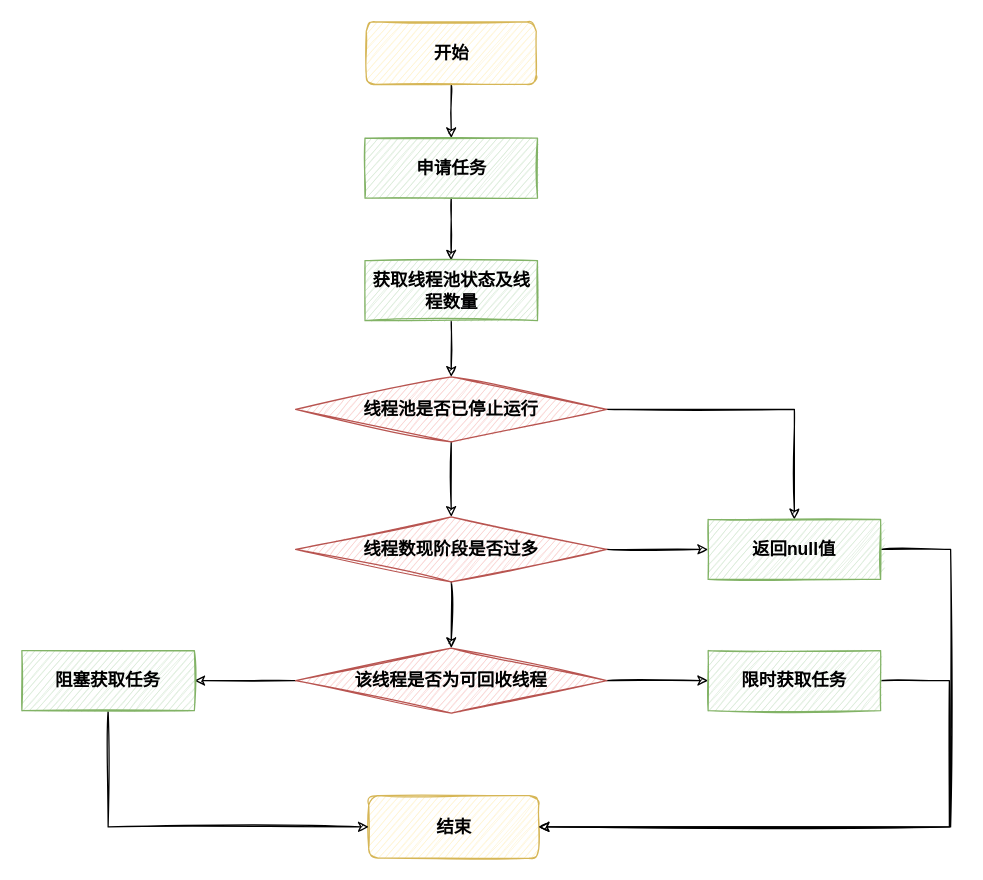
This is 线程池任务申请流程.drawio from LIULE8/drawio-store, a draw.io file, before an edit. Source tidied: cells renumbered, new cells numbered last; positions are measured from the earlier drawing's top-left corner, leaving out a move shared by most shapes. Both pictures are drawn from the tidied source at 125%, with x=0, y=0 at pixel (21, 21).
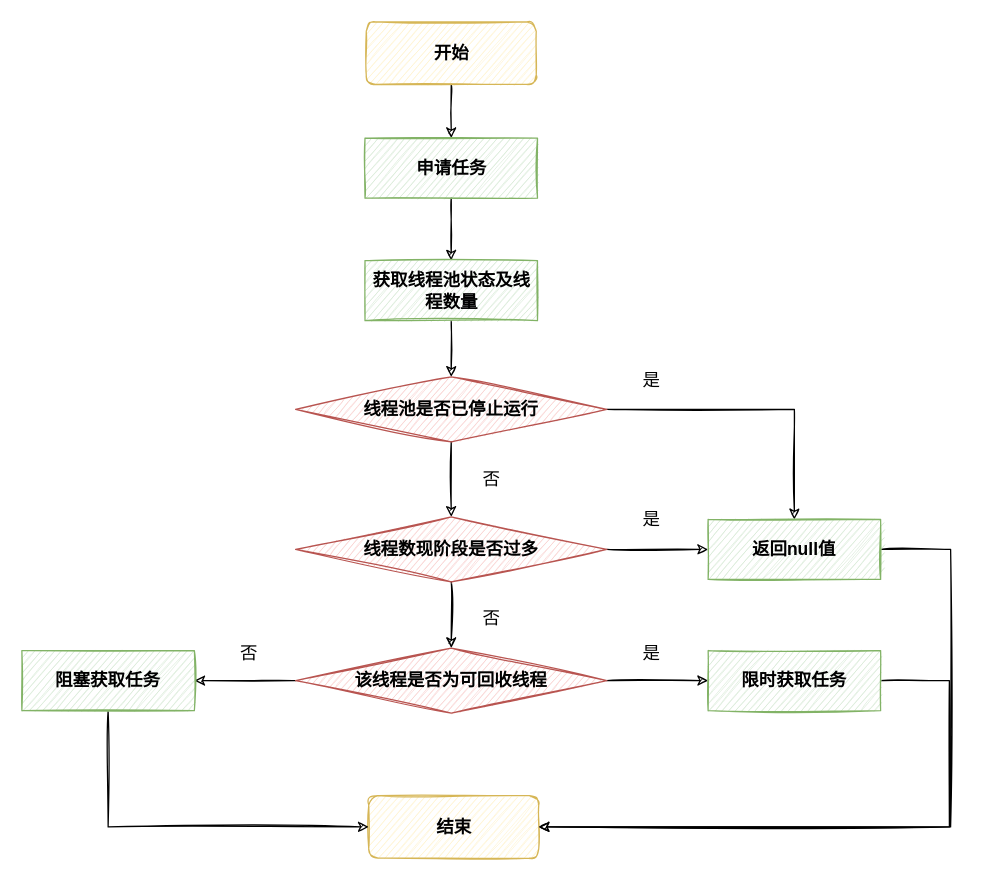
Above is the later version.

Commit message (it also covers changes not shown here):
更新线程池任务申请流程.drawio

Diff of the diagram source:
```diff
@@
+    <mxCell id="24" value="否" style="text;html=1;strokeColor=none;fillColor=none;align=center;verticalAlign=middle;whiteSpace=wrap;rounded=0;sketch=1;fontSize=14;" parent="1" vertex="1">
+      <mxGeometry x="152" y="490" width="60" height="30" as="geometry" />
+    </mxCell>
+    <mxCell id="25" value="否" style="text;html=1;strokeColor=none;fillColor=none;align=center;verticalAlign=middle;whiteSpace=wrap;rounded=0;sketch=1;fontSize=14;" parent="1" vertex="1">
+      <mxGeometry x="346" y="351" width="60" height="30" as="geometry" />
+    </mxCell>
+    <mxCell id="26" value="否" style="text;html=1;strokeColor=none;fillColor=none;align=center;verticalAlign=middle;whiteSpace=wrap;rounded=0;sketch=1;fontSize=14;" parent="1" vertex="1">
+      <mxGeometry x="346" y="462" width="60" height="30" as="geometry" />
+    </mxCell>
+    <mxCell id="27" value="是" style="text;html=1;strokeColor=none;fillColor=none;align=center;verticalAlign=middle;whiteSpace=wrap;rounded=0;sketch=1;fontSize=14;" parent="1" vertex="1">
+      <mxGeometry x="474" y="490" width="60" height="30" as="geometry" />
+    </mxCell>
+    <mxCell id="28" value="是" style="text;html=1;strokeColor=none;fillColor=none;align=center;verticalAlign=middle;whiteSpace=wrap;rounded=0;sketch=1;fontSize=14;" parent="1" vertex="1">
+      <mxGeometry x="474" y="383" width="60" height="30" as="geometry" />
+    </mxCell>
+    <mxCell id="29" value="是" style="text;html=1;strokeColor=none;fillColor=none;align=center;verticalAlign=middle;whiteSpace=wrap;rounded=0;sketch=1;fontSize=14;" parent="1" vertex="1">
+      <mxGeometry x="474" y="272" width="60" height="30" as="geometry" />
+    </mxCell>
```
